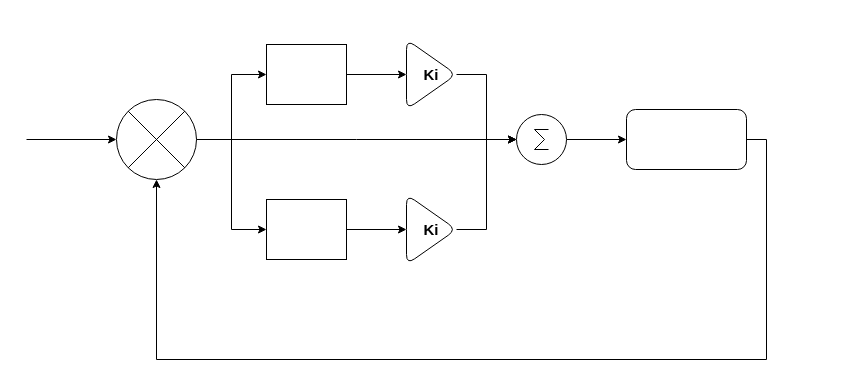
The draw.io diagram PID-control.drawio in obasekore/drawings, before the edit. Source tidied: cells renumbered, new cells numbered last; positions are measured from the earlier drawing's top-left corner, leaving out a move shared by most shapes. Both pictures are drawn from the tidied source at 100%, with x=0, y=0 at pixel (26, 39).
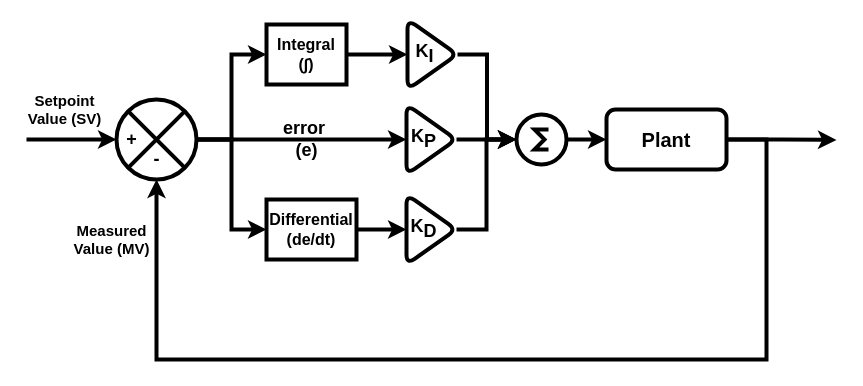
The same page after the edit.

What changed in the source:
```diff
@@
-    <mxCell id="2" style="edgeStyle=orthogonalEdgeStyle;rounded=0;jettySize=auto;html=1;exitX=1;exitY=0.5;exitDx=0;exitDy=0;exitPerimeter=0;entryX=0;entryY=0.5;entryDx=0;entryDy=0;" parent="1" edge="1" source="3" target="5">
+    <mxCell id="2" style="edgeStyle=orthogonalEdgeStyle;rounded=0;jettySize=auto;html=1;exitX=1;exitY=0.5;exitDx=0;exitDy=0;exitPerimeter=0;entryX=0;entryY=0.5;entryDx=0;entryDy=0;strokeWidth=4;" parent="1" edge="1" source="3" target="5">
       <mxGeometry relative="1" as="geometry" />
     </mxCell>
-    <mxCell id="3" style="verticalLabelPosition=bottom;shadow=0;dashed=0;align=center;html=1;verticalAlign=top;shape=mxgraph.electrical.abstract.sum;" parent="1" vertex="1">
+    <mxCell id="3" style="verticalLabelPosition=bottom;shadow=0;dashed=0;align=center;html=1;verticalAlign=top;shape=mxgraph.electrical.abstract.sum;fontStyle=0;strokeWidth=4;" parent="1" vertex="1">
       <mxGeometry x="490" y="75" width="50" height="50" as="geometry" />
     </mxCell>
-    <mxCell id="4" style="edgeStyle=orthogonalEdgeStyle;rounded=0;jettySize=auto;html=1;exitX=1;exitY=0.5;exitDx=0;exitDy=0;entryX=0.5;entryY=1;entryDx=0;entryDy=0;" parent="1" edge="1" source="5" target="16">
+    <mxCell id="4" style="edgeStyle=orthogonalEdgeStyle;rounded=0;jettySize=auto;html=1;exitX=1;exitY=0.5;exitDx=0;exitDy=0;entryX=0.5;entryY=1;entryDx=0;entryDy=0;strokeWidth=4;" parent="1" edge="1" source="5" target="16">
       <mxGeometry relative="1" as="geometry">
         <Array as="points">
           <mxPoint x="740" y="100" />
           <mxPoint x="740" y="320" />
           <mxPoint x="130" y="320" />
         </Array>
       </mxGeometry>
     </mxCell>
+    <mxCell id="19" style="edgeStyle=orthogonalEdgeStyle;rounded=0;jettySize=auto;html=1;exitX=1;exitY=0.5;exitDx=0;exitDy=0;strokeWidth=4;" parent="1" edge="1" source="5">
+      <mxGeometry relative="1" as="geometry">
+        <mxPoint x="810" y="100.4" as="targetPoint" />
+      </mxGeometry>
+    </mxCell>
-    <mxCell id="5" style="rounded=1;whiteSpace=wrap;html=1;" parent="1" vertex="1">
-      <mxGeometry x="600" y="70" width="120" height="60" as="geometry" />
+    <mxCell id="5" value="Plant" style="rounded=1;whiteSpace=wrap;html=1;labelPosition=center;verticalLabelPosition=middle;align=center;verticalAlign=middle;fontStyle=1;fontSize=20;strokeWidth=4;" parent="1" vertex="1">
+      <mxGeometry x="580" y="70" width="120" height="60" as="geometry" />
     </mxCell>
-    <mxCell id="6" style="edgeStyle=orthogonalEdgeStyle;rounded=0;jettySize=auto;html=1;exitX=1;exitY=0.5;exitDx=0;exitDy=0;entryX=0;entryY=0.5;entryDx=0;entryDy=0;" parent="1" edge="1" source="7" target="8">
+    <mxCell id="6" style="edgeStyle=orthogonalEdgeStyle;rounded=0;jettySize=auto;html=1;exitX=1;exitY=0.5;exitDx=0;exitDy=0;entryX=0;entryY=0.5;entryDx=0;entryDy=0;strokeWidth=4;" parent="1" edge="1" source="7" target="8">
       <mxGeometry relative="1" as="geometry" />
     </mxCell>
-    <mxCell id="7" style="rounded=0;whiteSpace=wrap;html=1;" parent="1" vertex="1">
-      <mxGeometry x="240" y="5" width="80" height="60" as="geometry" />
+    <mxCell id="7" value="Integral&lt;div&gt;(∫)&lt;/div&gt;" style="rounded=0;whiteSpace=wrap;html=1;strokeWidth=4;fontStyle=1;fontSize=16;" parent="1" vertex="1">
+      <mxGeometry x="240" y="-15" width="80" height="60" as="geometry" />
     </mxCell>
-    <mxCell id="8" value="Ki" style="triangle;whiteSpace=wrap;html=1;fontStyle=1;fontSize=15;rounded=1;" parent="1" vertex="1">
-      <mxGeometry x="380" width="50" height="70" as="geometry" />
+    <mxCell id="8" value="K&lt;sub style=&quot;font-size: 18px;&quot;&gt;I&amp;nbsp; &amp;nbsp;&lt;/sub&gt;" style="triangle;whiteSpace=wrap;html=1;fontStyle=1;fontSize=18;rounded=1;align=center;strokeWidth=4;" parent="1" vertex="1">
+      <mxGeometry x="381" y="-20" width="50" height="70" as="geometry" />
     </mxCell>
-    <mxCell id="9" style="edgeStyle=orthogonalEdgeStyle;rounded=0;jettySize=auto;html=1;exitX=1;exitY=0.5;exitDx=0;exitDy=0;entryX=0;entryY=0.5;entryDx=0;entryDy=0;" parent="1" edge="1" source="10" target="11">
+    <mxCell id="9" style="edgeStyle=orthogonalEdgeStyle;rounded=0;jettySize=auto;html=1;exitX=1;exitY=0.5;exitDx=0;exitDy=0;entryX=0;entryY=0.5;entryDx=0;entryDy=0;strokeWidth=4;" parent="1" edge="1" source="10" target="11">
       <mxGeometry relative="1" as="geometry" />
     </mxCell>
-    <mxCell id="10" style="rounded=0;whiteSpace=wrap;html=1;" parent="1" vertex="1">
-      <mxGeometry x="240" y="160" width="80" height="60" as="geometry" />
+    <mxCell id="10" value="Differential&lt;div style=&quot;font-size: 16px;&quot;&gt;(&lt;span style=&quot;background-color: initial;&quot;&gt;de/&lt;/span&gt;&lt;span style=&quot;background-color: initial;&quot;&gt;dt&lt;/span&gt;&lt;span style=&quot;background-color: initial;&quot;&gt;)&lt;/span&gt;&lt;/div&gt;" style="rounded=0;whiteSpace=wrap;html=1;strokeWidth=4;fontStyle=1;fontSize=16;" parent="1" vertex="1">
+      <mxGeometry x="240" y="160" width="90" height="60" as="geometry" />
     </mxCell>
-    <mxCell id="11" value="Ki" style="triangle;whiteSpace=wrap;html=1;fontStyle=1;fontSize=15;rounded=1;" parent="1" vertex="1">
+    <mxCell id="11" value="K&lt;sub style=&quot;font-size: 18px;&quot;&gt;D&lt;/sub&gt;&lt;span style=&quot;font-size: 18px;&quot;&gt;&amp;nbsp; &amp;nbsp;&lt;/span&gt;" style="triangle;whiteSpace=wrap;html=1;fontStyle=1;fontSize=18;rounded=1;strokeWidth=4;" parent="1" vertex="1">
       <mxGeometry x="380" y="155" width="50" height="70" as="geometry" />
     </mxCell>
-    <mxCell id="12" style="edgeStyle=orthogonalEdgeStyle;rounded=0;jettySize=auto;html=1;exitX=1;exitY=0.5;exitDx=0;exitDy=0;entryX=0;entryY=0.5;entryDx=0;entryDy=0;entryPerimeter=0;" parent="1" edge="1" source="11" target="3">
+    <mxCell id="12" style="edgeStyle=orthogonalEdgeStyle;rounded=0;jettySize=auto;html=1;exitX=1;exitY=0.5;exitDx=0;exitDy=0;entryX=0;entryY=0.5;entryDx=0;entryDy=0;entryPerimeter=0;strokeWidth=4;" parent="1" edge="1" source="11" target="3">
       <mxGeometry relative="1" as="geometry" />
     </mxCell>
-    <mxCell id="13" style="edgeStyle=orthogonalEdgeStyle;rounded=0;jettySize=auto;html=1;exitX=1;exitY=0.5;exitDx=0;exitDy=0;" parent="1" edge="1" source="16">
+    <mxCell id="13" style="edgeStyle=orthogonalEdgeStyle;rounded=0;jettySize=auto;html=1;exitX=1;exitY=0.5;exitDx=0;exitDy=0;strokeWidth=4;" parent="1" edge="1" source="21">
       <mxGeometry relative="1" as="geometry">
         <mxPoint x="490" y="100" as="targetPoint" />
       </mxGeometry>
     </mxCell>
-    <mxCell id="14" style="edgeStyle=orthogonalEdgeStyle;rounded=0;jettySize=auto;html=1;exitX=1;exitY=0.5;exitDx=0;exitDy=0;entryX=0;entryY=0.5;entryDx=0;entryDy=0;" parent="1" edge="1" source="16" target="7">
+    <mxCell id="14" style="edgeStyle=orthogonalEdgeStyle;rounded=0;jettySize=auto;html=1;exitX=1;exitY=0.5;exitDx=0;exitDy=0;entryX=0;entryY=0.5;entryDx=0;entryDy=0;strokeWidth=4;" parent="1" edge="1" source="16" target="7">
       <mxGeometry relative="1" as="geometry" />
     </mxCell>
-    <mxCell id="15" style="edgeStyle=orthogonalEdgeStyle;rounded=0;jettySize=auto;html=1;exitX=1;exitY=0.5;exitDx=0;exitDy=0;entryX=0;entryY=0.5;entryDx=0;entryDy=0;" parent="1" edge="1" source="16" target="10">
+    <mxCell id="15" style="edgeStyle=orthogonalEdgeStyle;rounded=0;jettySize=auto;html=1;exitX=1;exitY=0.5;exitDx=0;exitDy=0;entryX=0;entryY=0.5;entryDx=0;entryDy=0;strokeWidth=4;" parent="1" edge="1" source="16" target="10">
       <mxGeometry relative="1" as="geometry" />
     </mxCell>
-    <mxCell id="16" style="shape=sumEllipse;perimeter=ellipsePerimeter;whiteSpace=wrap;html=1;backgroundOutline=1;" parent="1" vertex="1">
+    <mxCell id="16" value="&lt;br&gt;&lt;span style=&quot;white-space: pre;&quot;&gt;&lt;/span&gt;" style="shape=sumEllipse;perimeter=ellipsePerimeter;whiteSpace=wrap;html=1;backgroundOutline=1;strokeWidth=4;align=left;" parent="1" vertex="1">
       <mxGeometry x="90" y="60" width="80" height="80" as="geometry" />
     </mxCell>
-    <mxCell id="17" style="edgeStyle=orthogonalEdgeStyle;rounded=0;jettySize=auto;html=1;exitX=1;exitY=0.5;exitDx=0;exitDy=0;entryX=0;entryY=0.5;entryDx=0;entryDy=0;entryPerimeter=0;" parent="1" edge="1" source="8" target="3">
+    <mxCell id="17" style="edgeStyle=orthogonalEdgeStyle;rounded=0;jettySize=auto;html=1;exitX=1;exitY=0.5;exitDx=0;exitDy=0;entryX=0;entryY=0.5;entryDx=0;entryDy=0;entryPerimeter=0;strokeWidth=4;" parent="1" edge="1" source="8" target="3">
       <mxGeometry relative="1" as="geometry" />
     </mxCell>
-    <mxCell id="18" style="endArrow=classic;html=1;rounded=0;entryX=0;entryY=0.5;entryDx=0;entryDy=0;" parent="1" edge="1" target="16">
+    <mxCell id="18" style="endArrow=classic;html=1;rounded=0;entryX=0;entryY=0.5;entryDx=0;entryDy=0;strokeWidth=4;" parent="1" edge="1" target="16">
       <mxGeometry relative="1" as="geometry">
         <mxPoint y="100" as="sourcePoint" />
       </mxGeometry>
     </mxCell>
+    <mxCell id="20" style="edgeStyle=orthogonalEdgeStyle;rounded=0;jettySize=auto;html=1;exitX=1;exitY=0.5;exitDx=0;exitDy=0;strokeWidth=4;" parent="1" edge="1" source="16" target="21">
+      <mxGeometry relative="1" as="geometry" />
+    </mxCell>
+    <mxCell id="21" value="K&lt;sub style=&quot;font-size: 18px;&quot;&gt;P&lt;/sub&gt;&lt;span style=&quot;font-size: 18px;&quot;&gt;&amp;nbsp; &amp;nbsp;&lt;/span&gt;" style="triangle;whiteSpace=wrap;html=1;fontStyle=1;fontSize=18;rounded=1;align=center;strokeWidth=4;" parent="1" vertex="1">
+      <mxGeometry x="380" y="65" width="50" height="70" as="geometry" />
+    </mxCell>
+    <mxCell id="22" value="+" style="text;html=1;align=center;verticalAlign=middle;strokeColor=none;fillColor=none;strokeWidth=1;fontStyle=1;fontSize=18;" parent="1" vertex="1">
+      <mxGeometry x="90" y="80" width="30" height="40" as="geometry" />
+    </mxCell>
+    <mxCell id="23" value="-" style="text;html=1;align=center;verticalAlign=middle;strokeColor=none;fillColor=none;strokeWidth=1;fontStyle=1;fontSize=18;" parent="1" vertex="1">
+      <mxGeometry x="115" y="100" width="30" height="40" as="geometry" />
+    </mxCell>
+    <mxCell id="24" value="Setpoint&lt;div&gt;Value (SV)&lt;/div&gt;" style="text;html=1;align=center;verticalAlign=middle;strokeColor=none;fillColor=none;fontStyle=1;fontSize=15;" parent="1" vertex="1">
+      <mxGeometry x="-7" y="45" width="90" height="50" as="geometry" />
+    </mxCell>
+    <mxCell id="25" value="Measured&lt;div&gt;Value (MV)&lt;/div&gt;" style="text;html=1;align=center;verticalAlign=middle;strokeColor=none;fillColor=none;fontStyle=1;fontSize=15;" parent="1" vertex="1">
+      <mxGeometry x="35" y="175" width="100" height="50" as="geometry" />
+    </mxCell>
+    <mxCell id="26" value="error&amp;nbsp;&lt;div&gt;(e)&lt;/div&gt;" style="text;html=1;align=center;verticalAlign=middle;strokeColor=none;fillColor=none;fontStyle=1;fontSize=18;" parent="1" vertex="1">
+      <mxGeometry x="245" y="70" width="70" height="60" as="geometry" />
+    </mxCell>
```
